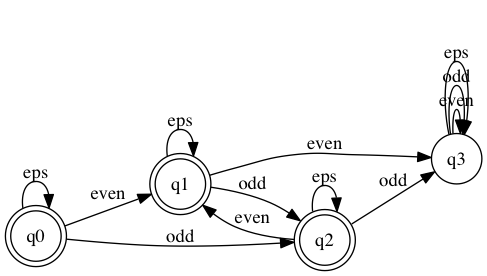
Above: spec.dot.png in sdierauf/automata-and-languages-lab2 (Graphviz), before the change. Its source is kept beside it as spec.dot.
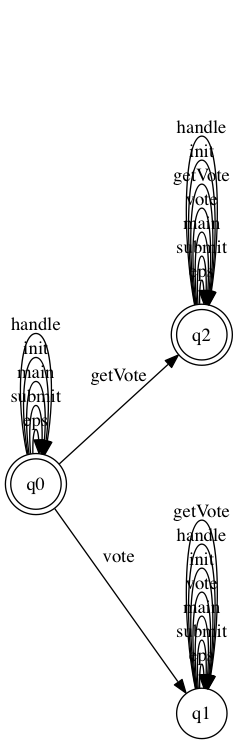
After the commit.

What changed in the source:
```diff
@@ -1,17 +1,26 @@
 digraph finite_state_machine {
 	rankdir=LR;
-	node [shape = doublecircle]; q0; q1; q2
+	node [shape = doublecircle]; q0; q2
 	 node [shape = circle];
 	q0 -> q0 [ label = "eps"];
-	q0 -> q1 [ label = "even"];
+	q0 -> q0 [ label = "submit"];
+	q0 -> q0 [ label = "main"];
+	q0 -> q0 [ label = "init"];
+	q0 -> q0 [ label = "handle"];
+	q0 -> q1 [ label = "vote"];
 	q1 -> q1 [ label = "eps"];
-	q1 -> q3 [ label = "even"];
-	q3 -> q3 [ label = "even"];
-	q3 -> q3 [ label = "odd"];
-	q3 -> q3 [ label = "eps"];
-	q1 -> q2 [ label = "odd"];
-	q0 -> q2 [ label = "odd"];
-	q2 -> q3 [ label = "odd"];
+	q1 -> q1 [ label = "submit"];
+	q1 -> q1 [ label = "main"];
+	q1 -> q1 [ label = "vote"];
+	q1 -> q1 [ label = "init"];
+	q1 -> q1 [ label = "handle"];
+	q1 -> q1 [ label = "getVote"];
+	q0 -> q2 [ label = "getVote"];
 	q2 -> q2 [ label = "eps"];
-	q2 -> q1 [ label = "even"];
+	q2 -> q2 [ label = "submit"];
+	q2 -> q2 [ label = "main"];
+	q2 -> q2 [ label = "vote"];
+	q2 -> q2 [ label = "getVote"];
+	q2 -> q2 [ label = "init"];
+	q2 -> q2 [ label = "handle"];
 }
```
